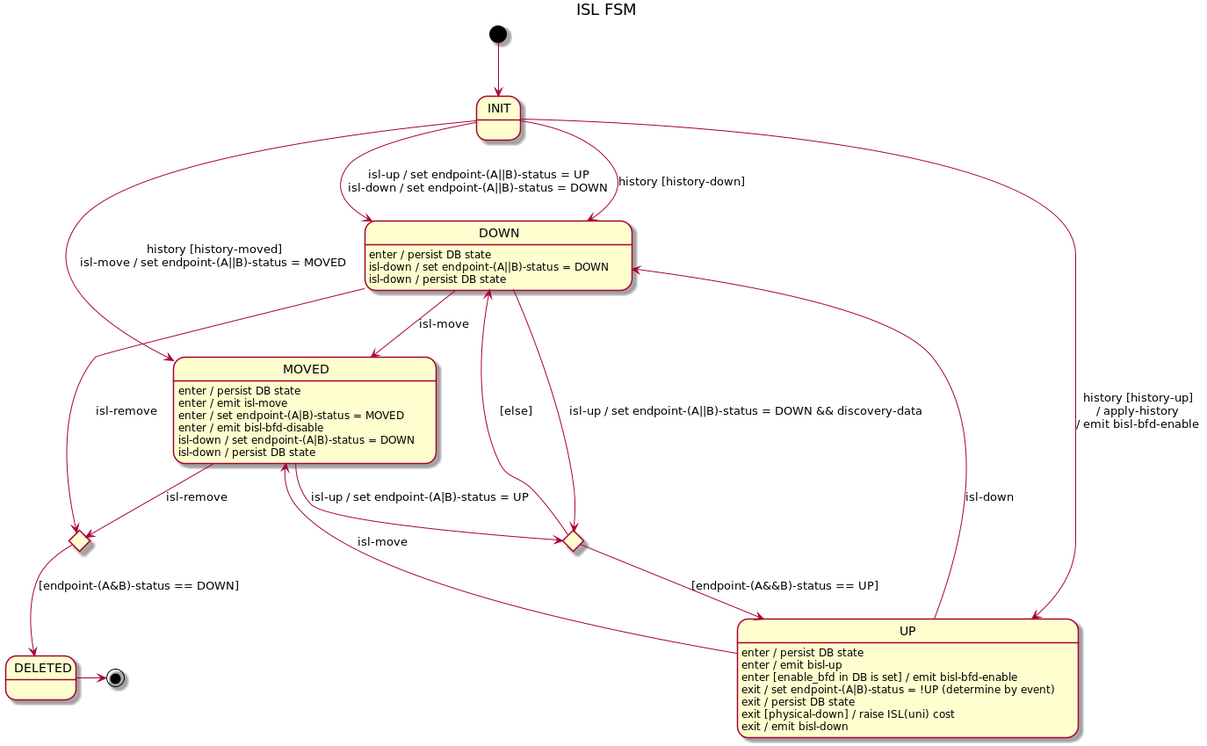
Earlier version of the PlantUML export docs/design/network-discovery/ISL-FSM.png (telstra/open-kilda).
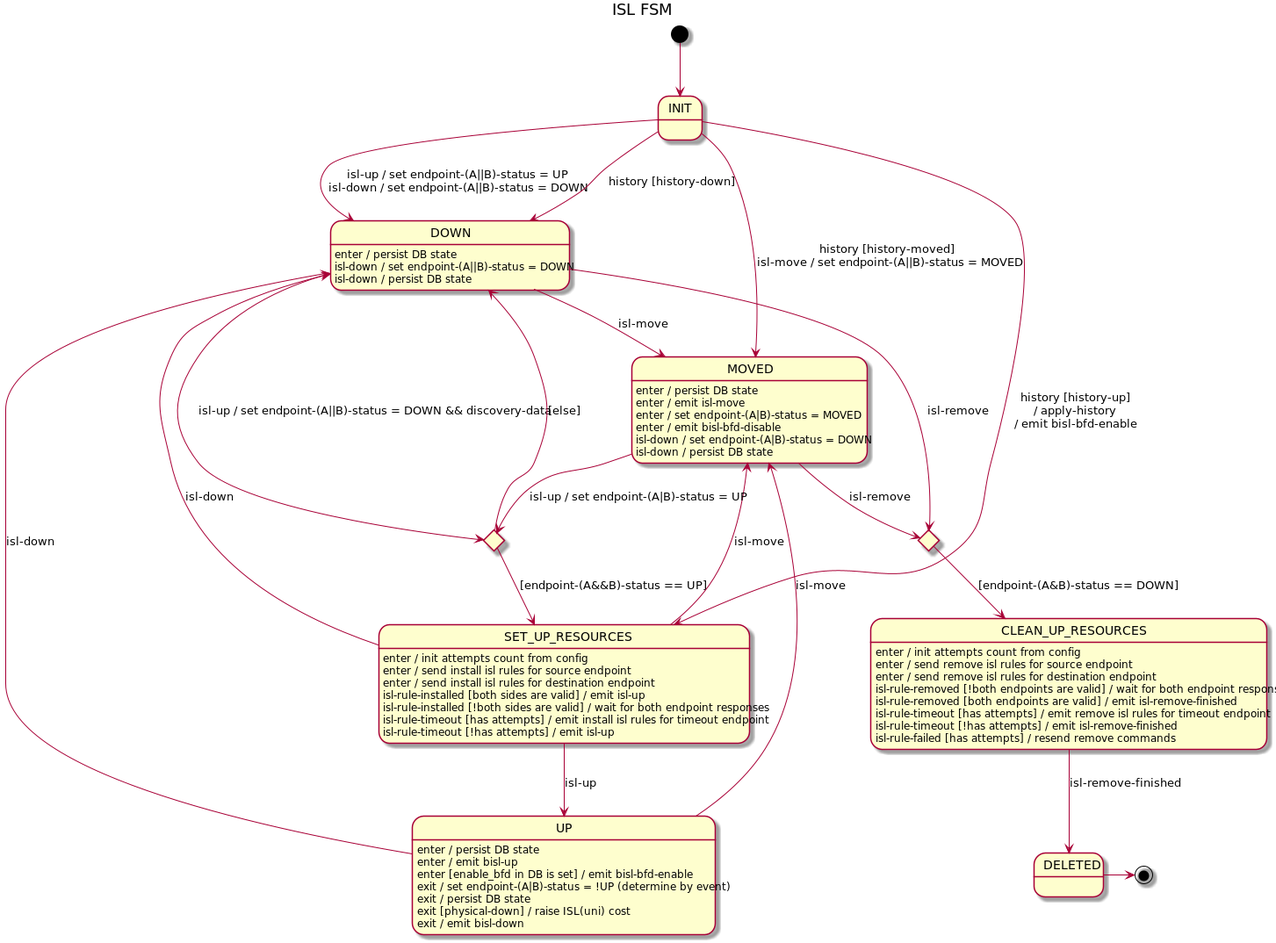
After the change.

Change to the diagram source:
```diff
@@ -5,12 +5,12 @@
 
 INIT --> DOWN : isl-up / set endpoint-(A||B)-status = UP\nisl-down / set endpoint-(A||B)-status = DOWN
 INIT --> DOWN : history [history-down]
-INIT --> UP : history [history-up]\n/ apply-history\n/ emit bisl-bfd-enable
+INIT --> SET_UP_RESOURCES : history [history-up]\n/ apply-history\n/ emit bisl-bfd-enable
 INIT --> MOVED : history [history-moved]\nisl-move / set endpoint-(A||B)-status = MOVED
 
 state upAttempt <<choice>>
 state deleteAttempt <<choice>>
-deleteAttempt --> DELETED : [endpoint-(A&B)-status == DOWN]
+deleteAttempt --> CLEAN_UP_RESOURCES : [endpoint-(A&B)-status == DOWN]
 
 DOWN --> upAttempt : isl-up / set endpoint-(A||B)-status = DOWN && discovery-data
 DOWN --> MOVED : isl-move
@@ -19,8 +19,19 @@
 DOWN : isl-down / persist DB state
 DOWN -> deleteAttempt : isl-remove
 
-upAttempt --> UP : [endpoint-(A&&B)-status == UP]
+upAttempt --> SET_UP_RESOURCES : [endpoint-(A&&B)-status == UP]
 upAttempt --> DOWN : [else]
+
+SET_UP_RESOURCES : enter / init attempts count from config
+SET_UP_RESOURCES : enter / send install isl rules for source endpoint
+SET_UP_RESOURCES : enter / send install isl rules for destination endpoint
+SET_UP_RESOURCES : isl-rule-installed [both sides are valid] / emit isl-up
+SET_UP_RESOURCES : isl-rule-installed [!both sides are valid] / wait for both endpoint responses
+SET_UP_RESOURCES : isl-rule-timeout [has attempts] / emit install isl rules for timeout endpoint
+SET_UP_RESOURCES : isl-rule-timeout [!has attempts] / emit isl-up
+SET_UP_RESOURCES --> DOWN : isl-down
+SET_UP_RESOURCES --> MOVED : isl-move
+SET_UP_RESOURCES --> UP : isl-up
 
 UP --> DOWN : isl-down
 UP --> MOVED : isl-move
@@ -31,6 +42,17 @@
 UP : exit / persist DB state
 UP : exit [physical-down] / raise ISL(uni) cost
 UP : exit / emit bisl-down
+
+CLEAN_UP_RESOURCES : enter / init attempts count from config
+CLEAN_UP_RESOURCES : enter / send remove isl rules for source endpoint
+CLEAN_UP_RESOURCES : enter / send remove isl rules for destination endpoint
+CLEAN_UP_RESOURCES : isl-rule-removed [!both endpoints are valid] / wait for both endpoint responses
+CLEAN_UP_RESOURCES : isl-rule-removed [both endpoints are valid] / emit isl-remove-finished
+CLEAN_UP_RESOURCES : isl-rule-timeout [has attempts] / emit remove isl rules for timeout endpoint
+CLEAN_UP_RESOURCES : isl-rule-timeout [!has attempts] / emit isl-remove-finished
+CLEAN_UP_RESOURCES : isl-rule-failed [has attempts] / resend remove commands
+CLEAN_UP_RESOURCES --> DELETED : isl-remove-finished
+
 
 MOVED --> upAttempt : isl-up / set endpoint-(A|B)-status = UP
 MOVED --> deleteAttempt : isl-remove
```
